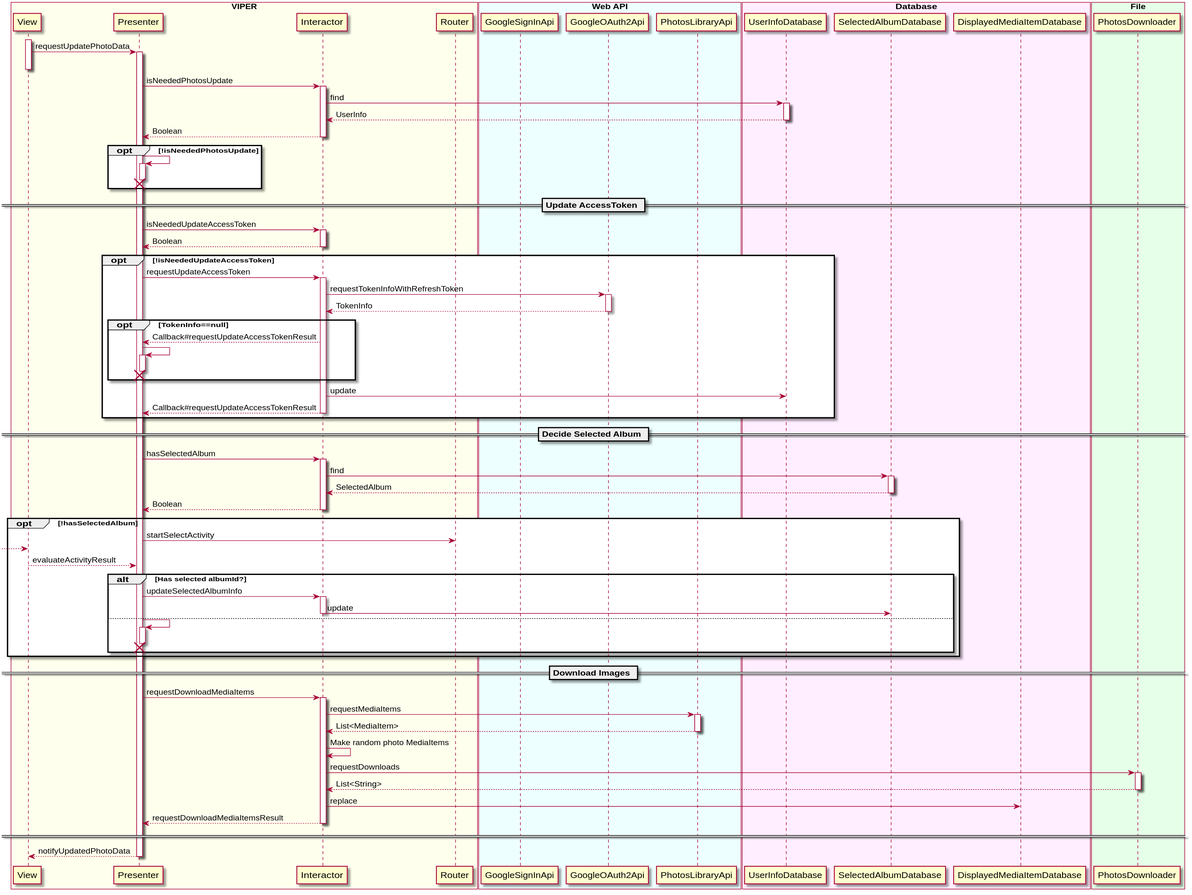
The PlantUML diagram uml/main/sequence_diagram_main_bk.svg in sallyluenoa/PhotoSlideShow, before a commit.
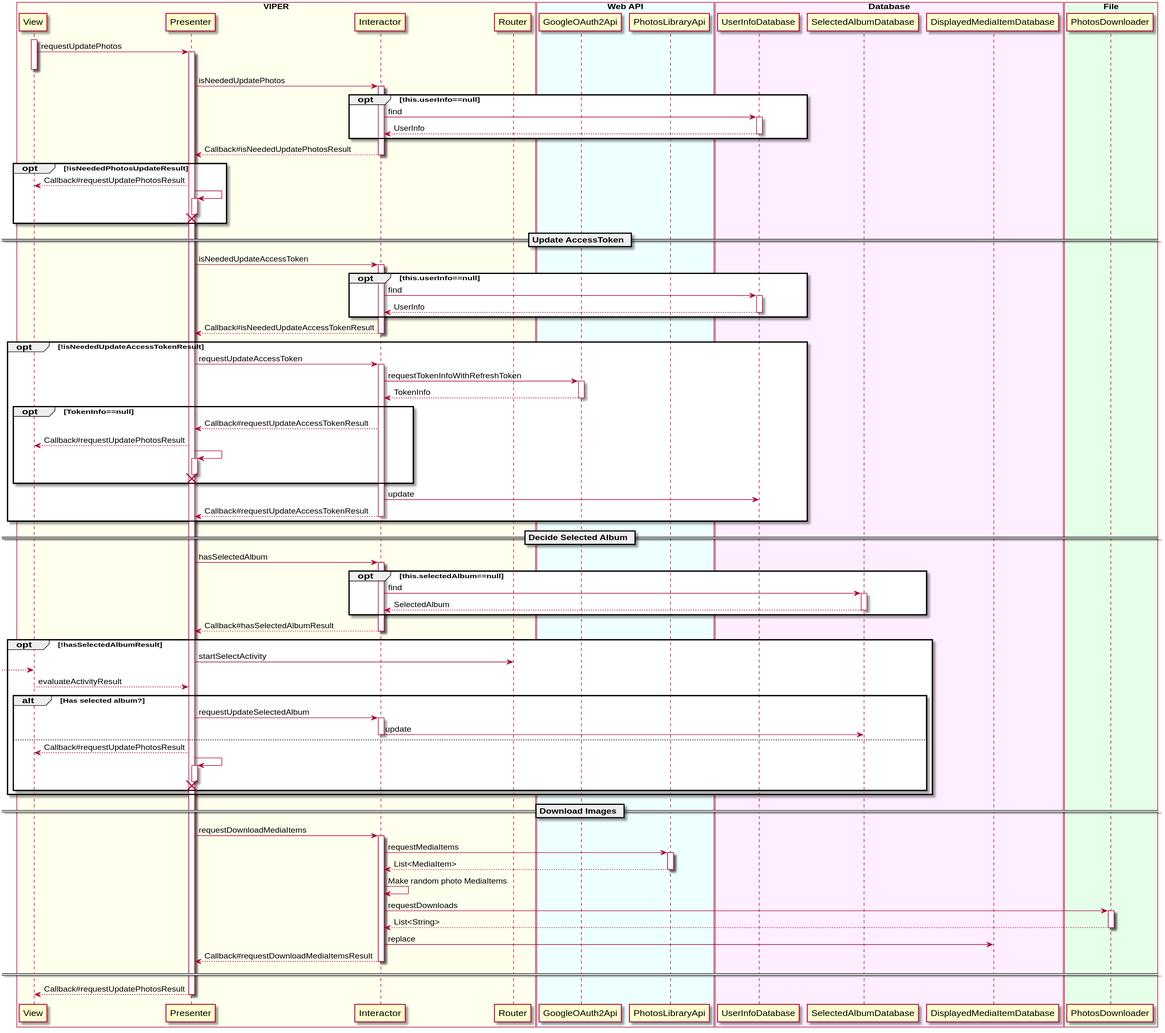
After the commit.

The edit, as a diff of the source:
```diff
@@ -7,7 +7,6 @@
 end box
 
 box "Web API" #EEFFFF
-  participant GoogleSignInApi
   participant GoogleOAuth2Api
   participant PhotosLibraryApi
 end box
@@ -22,16 +21,20 @@
   participant PhotosDownloader
 end box
 
+
 View++
-View -> Presenter++: requestUpdatePhotoData
+View -> Presenter++: requestUpdatePhotos
 View--
 
-Presenter -> Interactor++: isNeededPhotosUpdate
-  Interactor -> UserInfoDatabase++: find
-  return UserInfo
-return Boolean
+Presenter -> Interactor++: isNeededUpdatePhotos
+  opt this.userInfo==null
+    Interactor -> UserInfoDatabase++: find
+    return UserInfo
+  end
+return Callback#isNeededUpdatePhotosResult
 
-opt !isNeededPhotosUpdate
+opt !isNeededPhotosUpdateResult
+  View <-- Presenter: Callback#requestUpdatePhotosResult
   Presenter -> Presenter++
   destroy Presenter
 end
@@ -39,15 +42,20 @@
 == Update AccessToken ==
 
 Presenter -> Interactor++: isNeededUpdateAccessToken
-return Boolean
+  opt this.userInfo==null
+    Interactor -> UserInfoDatabase++: find
+    return UserInfo
+  end
+return Callback#isNeededUpdateAccessTokenResult
 
-opt !isNeededUpdateAccessToken
+opt !isNeededUpdateAccessTokenResult
   Presenter -> Interactor++: requestUpdateAccessToken
   Interactor -> GoogleOAuth2Api++: requestTokenInfoWithRefreshToken
   return TokenInfo
 
   opt TokenInfo==null
     Presenter <-- Interactor: Callback#requestUpdateAccessTokenResult
+    View <-- Presenter: Callback#requestUpdatePhotosResult
     Presenter -> Presenter++
     destroy Presenter
   end
@@ -59,20 +67,23 @@
 == Decide Selected Album ==
 
 Presenter -> Interactor++: hasSelectedAlbum
-  Interactor -> SelectedAlbumDatabase++: find
-  return SelectedAlbum
-return Boolean
+  opt this.selectedAlbum==null
+    Interactor -> SelectedAlbumDatabase++: find
+    return SelectedAlbum
+  end
+return Callback#hasSelectedAlbumResult
 
-opt !hasSelectedAlbum
+opt !hasSelectedAlbumResult
   Presenter -> Router: startSelectActivity
   [--> View
   View --> Presenter: evaluateActivityResult
 
-  alt Has selected albumId?
-    Presenter -> Interactor++: updateSelectedAlbumInfo
+  alt Has selected album?
+    Presenter -> Interactor++: requestUpdateSelectedAlbum
     Interactor -> SelectedAlbumDatabase: update
     Interactor--
   else
+    View <-- Presenter: Callback#requestUpdatePhotosResult
     Presenter -> Presenter++
     destroy Presenter
   end
@@ -92,9 +103,9 @@
 
   Interactor -> DisplayedMediaItemDatabase: replace
 
-Presenter <-- Interactor--: requestDownloadMediaItemsResult
+Presenter <-- Interactor--: Callback#requestDownloadMediaItemsResult
 
 ====
 
-View <-- Presenter--: notifyUpdatedPhotoData
+View <-- Presenter--: Callback#requestUpdatePhotosResult
 @enduml
```
